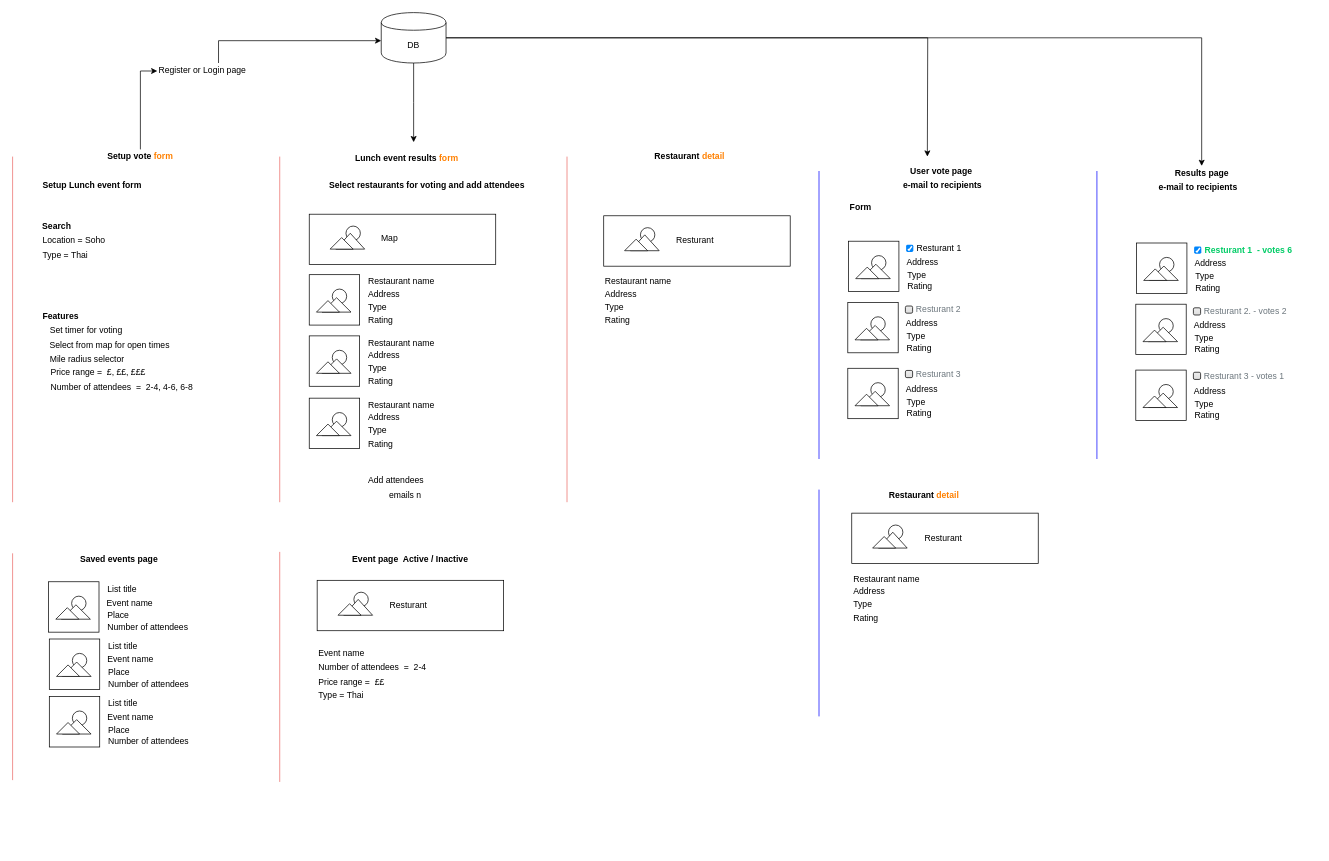
Above: lunchSystem.drawio in ameenaziz/lunch (draw.io), before the change. Source tidied: cells renumbered, new cells numbered last; positions are measured from the earlier drawing's top-left corner, leaving out a move shared by most shapes. Both pictures are drawn from the tidied source at 72%, with x=0, y=0 at pixel (12, 12).
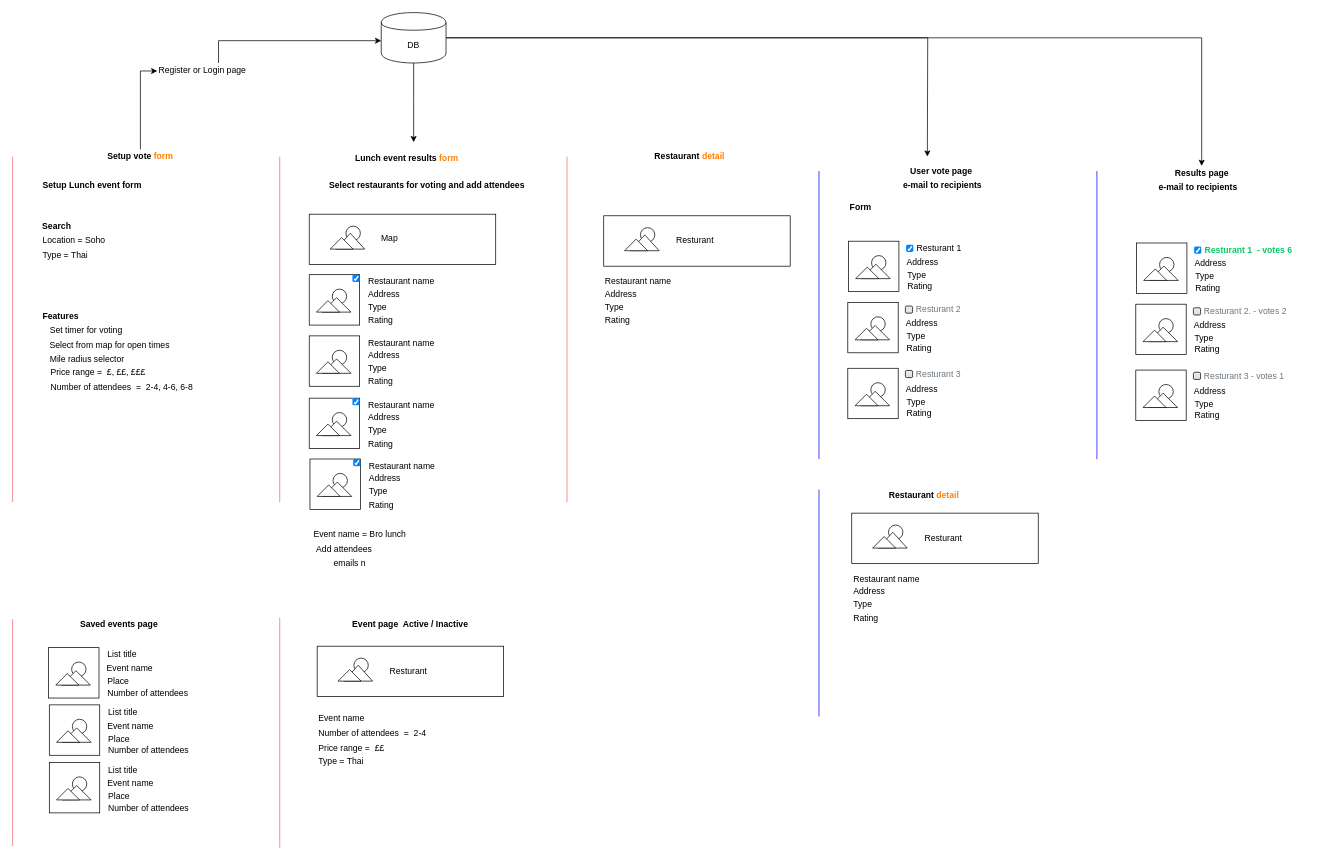
Above is the later version.

The change refers to these unchanged cells:
```xml
<mxCell id="170" style="group;" parent="169" vertex="1">
  <mxGeometry width="250" height="73" as="geometry" />
</mxCell>
<mxCell id="258" style="group;" parent="257" vertex="1">
  <mxGeometry width="250" height="73" as="geometry" />
</mxCell>
```

Diff of the diagram source:
```diff
@@
     <mxCell id="16" style="group;" parent="1" vertex="1">
-      <mxGeometry x="51" y="850" width="48" height="70" as="geometry" />
+      <mxGeometry x="51" y="941.5" width="48" height="70" as="geometry" />
     </mxCell>
@@
     <mxCell id="18" style="group;" parent="1" vertex="1">
-      <mxGeometry x="51" y="870" width="250" height="73" as="geometry" />
+      <mxGeometry x="51" y="961.5" width="250" height="73" as="geometry" />
     </mxCell>
@@
     <mxCell id="33" style="group;" parent="1" vertex="1">
-      <mxGeometry x="51" y="950" width="250" height="73" as="geometry" />
+      <mxGeometry x="51" y="1041.5" width="250" height="73" as="geometry" />
     </mxCell>
@@
     <mxCell id="48" style="endArrow=none;html=1;strokeColor=#EA6B66;" parent="1" edge="1">
       <mxGeometry relative="1" as="geometry">
-        <mxPoint y="1066" as="sourcePoint" />
-        <mxPoint y="751" as="targetPoint" />
+        <mxPoint y="1157.5" as="sourcePoint" />
+        <mxPoint y="842.5" as="targetPoint" />
       </mxGeometry>
     </mxCell>
     <mxCell id="49" value="Saved events page" style="text;html=1;strokeColor=none;fillColor=none;align=center;verticalAlign=middle;whiteSpace=wrap;rounded=0;fontStyle=1;" parent="1" vertex="1">
-      <mxGeometry x="91" y="748.5" width="113.5" height="20" as="geometry" />
+      <mxGeometry x="91" y="840" width="113.5" height="20" as="geometry" />
     </mxCell>
@@
     <mxCell id="89" style="group;" parent="1" vertex="1">
-      <mxGeometry x="50" y="790.5" width="250" height="73" as="geometry" />
+      <mxGeometry x="50" y="882" width="250" height="73" as="geometry" />
     </mxCell>
@@
+    <mxCell id="295" style="html=1;shadow=0;dashed=0;shape=mxgraph.bootstrap.checkbox2;labelPosition=right;verticalLabelPosition=middle;align=left;verticalAlign=middle;gradientColor=#DEDEDE;fillColor=#EDEDED;checked=1;spacing=5;checkedFill=#0085FC;checkedStroke=#ffffff;" parent="170" vertex="1">
+      <mxGeometry x="60" width="10" height="10" as="geometry" />
+    </mxCell>
@@
     <mxCell id="187" style="whiteSpace=wrap;html=1;fontStyle=0;" parent="1" vertex="1">
-      <mxGeometry x="423" y="788.5" width="259" height="70" as="geometry" />
+      <mxGeometry x="423" y="880" width="259" height="70" as="geometry" />
     </mxCell>
     <mxCell id="188" style="group;" parent="1" vertex="1">
-      <mxGeometry x="423" y="848.5" width="48" height="70" as="geometry" />
+      <mxGeometry x="423" y="940" width="48" height="70" as="geometry" />
     </mxCell>
@@
     <mxCell id="190" style="endArrow=none;html=1;strokeColor=#EA6B66;" parent="1" edge="1">
       <mxGeometry relative="1" as="geometry">
-        <mxPoint x="371" y="1068.5" as="sourcePoint" />
-        <mxPoint x="371" y="749" as="targetPoint" />
+        <mxPoint x="371" y="1160" as="sourcePoint" />
+        <mxPoint x="371" y="840.5" as="targetPoint" />
       </mxGeometry>
     </mxCell>
     <mxCell id="191" value="Event page&amp;nbsp; Active / Inactive" style="text;html=1;strokeColor=none;fillColor=none;align=center;verticalAlign=middle;whiteSpace=wrap;rounded=0;fontStyle=1;" parent="1" vertex="1">
-      <mxGeometry x="463" y="748.5" width="179" height="20" as="geometry" />
+      <mxGeometry x="463" y="840" width="179" height="20" as="geometry" />
     </mxCell>
     <mxCell id="192" value="Event name" style="text;html=1;strokeColor=none;fillColor=none;align=left;verticalAlign=middle;whiteSpace=wrap;rounded=0;" parent="1" vertex="1">
-      <mxGeometry x="423" y="879.5" width="170" height="20" as="geometry" />
+      <mxGeometry x="423" y="971" width="170" height="20" as="geometry" />
     </mxCell>
     <mxCell id="193" value="Number of attendees&amp;nbsp;&amp;nbsp;=&amp;nbsp; 2-4" style="text;html=1;strokeColor=none;fillColor=none;align=left;verticalAlign=middle;whiteSpace=wrap;rounded=0;" parent="1" vertex="1">
-      <mxGeometry x="423" y="899.5" width="209" height="20" as="geometry" />
+      <mxGeometry x="423" y="991" width="209" height="20" as="geometry" />
     </mxCell>
     <mxCell id="194" style="group;" parent="1" vertex="1">
-      <mxGeometry x="423" y="788.5" width="70" height="70" as="geometry" />
+      <mxGeometry x="423" y="880" width="70" height="70" as="geometry" />
     </mxCell>
@@
     <mxCell id="203" value="Resturant" style="text;html=1;strokeColor=none;fillColor=none;align=left;verticalAlign=middle;whiteSpace=wrap;rounded=0;" parent="1" vertex="1">
-      <mxGeometry x="522" y="813.5" width="80" height="20" as="geometry" />
+      <mxGeometry x="522" y="905" width="80" height="20" as="geometry" />
     </mxCell>
     <mxCell id="204" value="Price range =&amp;nbsp; ££" style="text;html=1;strokeColor=none;fillColor=none;align=left;verticalAlign=middle;whiteSpace=wrap;rounded=0;" parent="1" vertex="1">
-      <mxGeometry x="423" y="920.2" width="190" height="20" as="geometry" />
+      <mxGeometry x="423" y="1011.8" width="190" height="20" as="geometry" />
     </mxCell>
     <mxCell id="205" value="Type = Thai&amp;nbsp;" style="text;html=1;strokeColor=none;fillColor=none;align=left;verticalAlign=middle;whiteSpace=wrap;rounded=0;" parent="1" vertex="1">
-      <mxGeometry x="423" y="938.8" width="190" height="20" as="geometry" />
+      <mxGeometry x="423" y="1030.2" width="190" height="20" as="geometry" />
     </mxCell>
@@
     <mxCell id="255" value="Add attendees&amp;nbsp;" style="text;html=1;strokeColor=none;fillColor=none;align=left;verticalAlign=middle;whiteSpace=wrap;rounded=0;" parent="1" vertex="1">
-      <mxGeometry x="492" y="640" width="170" height="20" as="geometry" />
+      <mxGeometry x="420" y="735.2" width="170" height="20" as="geometry" />
     </mxCell>
     <mxCell id="256" value="emails n" style="text;html=1;align=center;verticalAlign=middle;" parent="1" vertex="1">
-      <mxGeometry x="515" y="660" width="60" height="20" as="geometry" />
+      <mxGeometry x="438" y="755.2" width="60" height="20" as="geometry" />
     </mxCell>
@@
+    <mxCell id="296" style="html=1;shadow=0;dashed=0;shape=mxgraph.bootstrap.checkbox2;labelPosition=right;verticalLabelPosition=middle;align=left;verticalAlign=middle;gradientColor=#DEDEDE;fillColor=#EDEDED;checked=1;spacing=5;checkedFill=#0085FC;checkedStroke=#ffffff;" parent="258" vertex="1">
+      <mxGeometry x="60" width="10" height="10" as="geometry" />
+    </mxCell>
@@
+    <mxCell id="297" style="group;" parent="1" vertex="1">
+      <mxGeometry x="413" y="620" width="250" height="73" as="geometry" />
+    </mxCell>
+    <mxCell id="298" style="group;" parent="297" vertex="1">
+      <mxGeometry width="250" height="73" as="geometry" />
+    </mxCell>
+    <mxCell id="299" style="whiteSpace=wrap;html=1;fontStyle=0;" parent="298" vertex="1">
+      <mxGeometry width="70" height="70" as="geometry" />
+    </mxCell>
+    <mxCell id="300" value="Restaurant name&amp;nbsp;" style="text;html=1;strokeColor=none;fillColor=none;align=left;verticalAlign=middle;whiteSpace=wrap;rounded=0;" parent="298" vertex="1">
+      <mxGeometry x="80" width="170" height="20" as="geometry" />
+    </mxCell>
+    <mxCell id="301" value="Address&amp;nbsp;" style="text;html=1;strokeColor=none;fillColor=none;align=left;verticalAlign=middle;whiteSpace=wrap;rounded=0;" parent="298" vertex="1">
+      <mxGeometry x="80" y="17" width="170" height="20" as="geometry" />
+    </mxCell>
+    <mxCell id="302" value="Type" style="text;html=1;strokeColor=none;fillColor=none;align=left;verticalAlign=middle;whiteSpace=wrap;rounded=0;" parent="298" vertex="1">
+      <mxGeometry x="80" y="35" width="170" height="20" as="geometry" />
+    </mxCell>
+    <mxCell id="303" style="group;" parent="298" vertex="1">
+      <mxGeometry width="70" height="70" as="geometry" />
+    </mxCell>
+    <mxCell id="304" style="group;" parent="303" vertex="1">
+      <mxGeometry x="10" y="20" width="48" height="32" as="geometry" />
+    </mxCell>
+    <mxCell id="305" style="group;" parent="304" vertex="1">
+      <mxGeometry x="22" width="20" height="20" as="geometry" />
+    </mxCell>
+    <mxCell id="306" style="ellipse;whiteSpace=wrap;html=1;" parent="305" vertex="1">
+      <mxGeometry width="20" height="20" as="geometry" />
+    </mxCell>
+    <mxCell id="307" style="group;" parent="304" vertex="1">
+      <mxGeometry y="12" width="48" height="20" as="geometry" />
+    </mxCell>
+    <mxCell id="308" style="group;" parent="307" vertex="1">
+      <mxGeometry width="48" height="20" as="geometry" />
+    </mxCell>
+    <mxCell id="309" style="group;" parent="308" vertex="1">
+      <mxGeometry width="48" height="20" as="geometry" />
+    </mxCell>
+    <mxCell id="310" style="triangle;whiteSpace=wrap;html=1;rotation=-90;" parent="309" vertex="1">
+      <mxGeometry x="18" y="-10" width="20" height="40" as="geometry" />
+    </mxCell>
+    <mxCell id="311" style="triangle;whiteSpace=wrap;html=1;rotation=-90;" parent="309" vertex="1">
+      <mxGeometry x="8" y="-4" width="16" height="32" as="geometry" />
+    </mxCell>
+    <mxCell id="312" value="Rating" style="text;html=1;" parent="298" vertex="1">
+      <mxGeometry x="80" y="50" width="50" height="23" as="geometry" />
+    </mxCell>
+    <mxCell id="313" style="html=1;shadow=0;dashed=0;shape=mxgraph.bootstrap.checkbox2;labelPosition=right;verticalLabelPosition=middle;align=left;verticalAlign=middle;gradientColor=#DEDEDE;fillColor=#EDEDED;checked=1;spacing=5;checkedFill=#0085FC;checkedStroke=#ffffff;" parent="298" vertex="1">
+      <mxGeometry x="60" width="10" height="10" as="geometry" />
+    </mxCell>
+    <mxCell id="314" value="Event name = Bro lunch" style="text;html=1;align=center;verticalAlign=middle;" parent="1" vertex="1">
+      <mxGeometry x="412" y="715.2" width="140" height="20" as="geometry" />
+    </mxCell>
```
